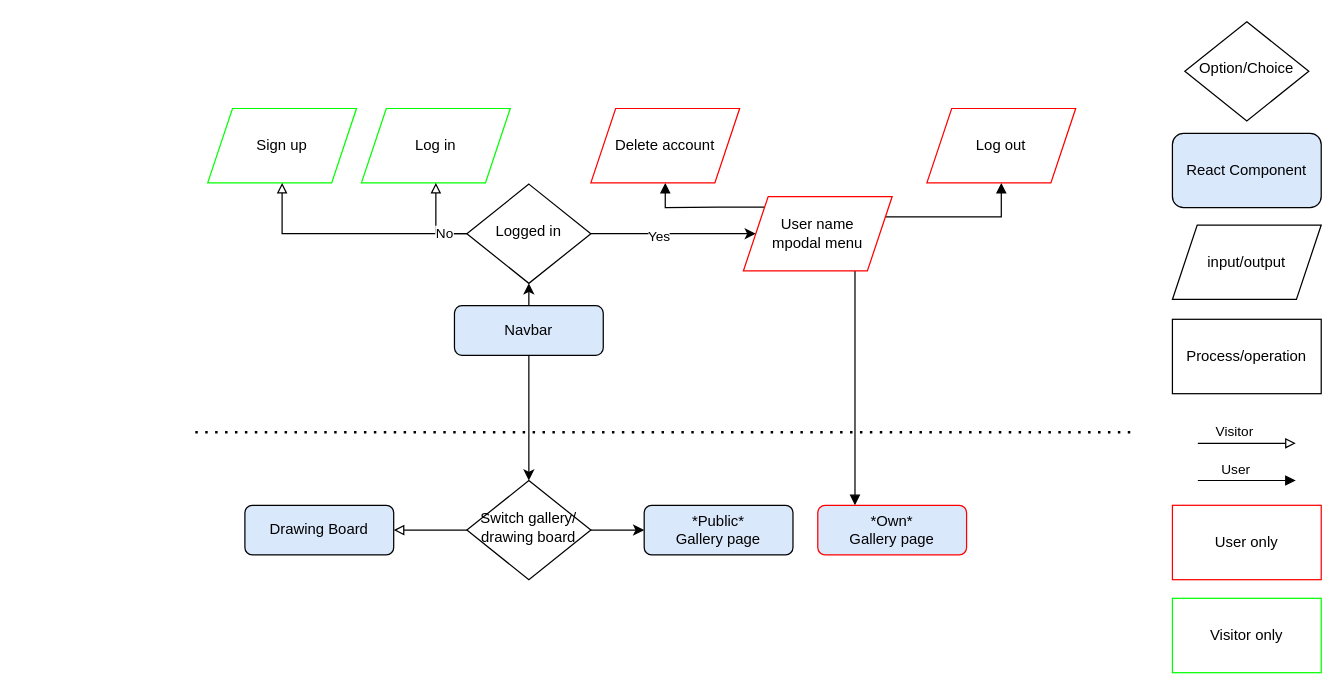
The draw.io diagram page "Navbar" (2 of 6) of pixel/user_stories.drawio in damien-rembert/diagrams, before the edit. Source tidied: cells renumbered, new cells numbered last; positions are measured from the earlier drawing's top-left corner, leaving out a move shared by most shapes. Both pictures are drawn from the tidied source at 124%, with x=0, y=0 at pixel (195, 21).
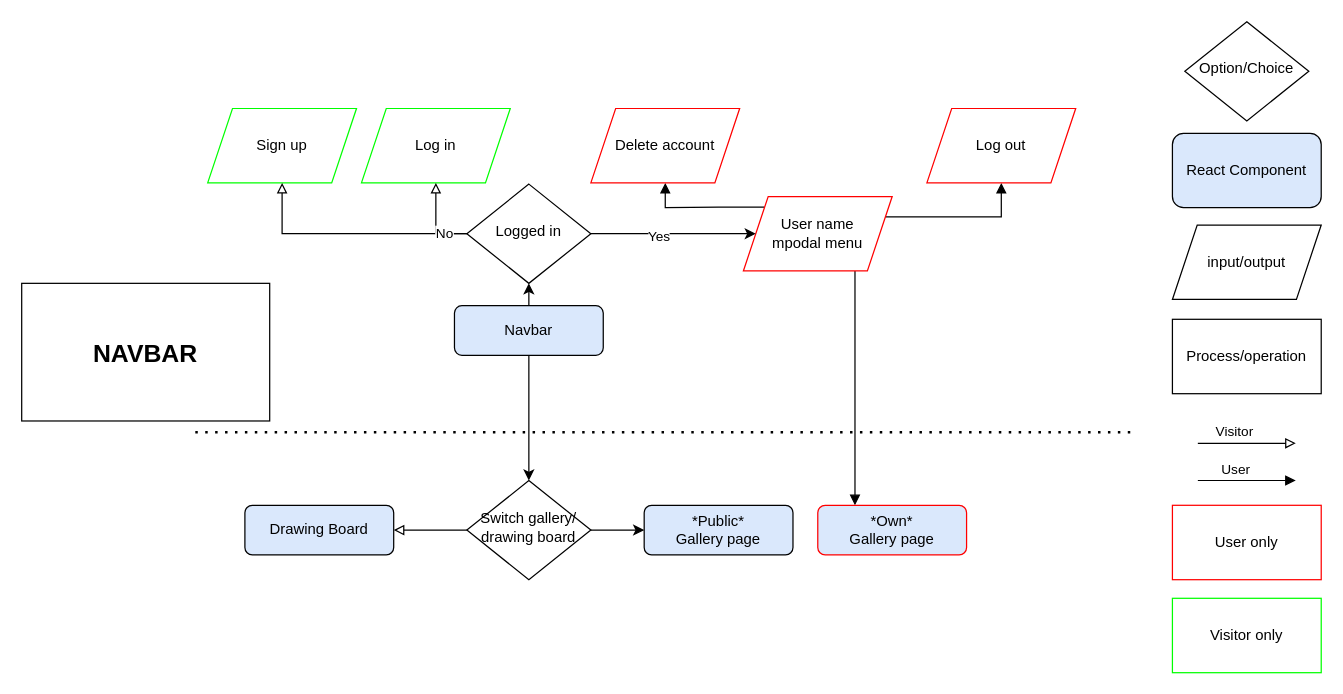
After the change.

Change to the diagram source:
```diff
@@
+    <mxCell id="36" value="&lt;font style=&quot;font-size: 20px&quot;&gt;&lt;b&gt;NAVBAR&lt;/b&gt;&lt;/font&gt;" style="rounded=0;whiteSpace=wrap;html=1;" parent="1" vertex="1">
+      <mxGeometry x="-140" y="211" width="200" height="111" as="geometry" />
+    </mxCell>
```
